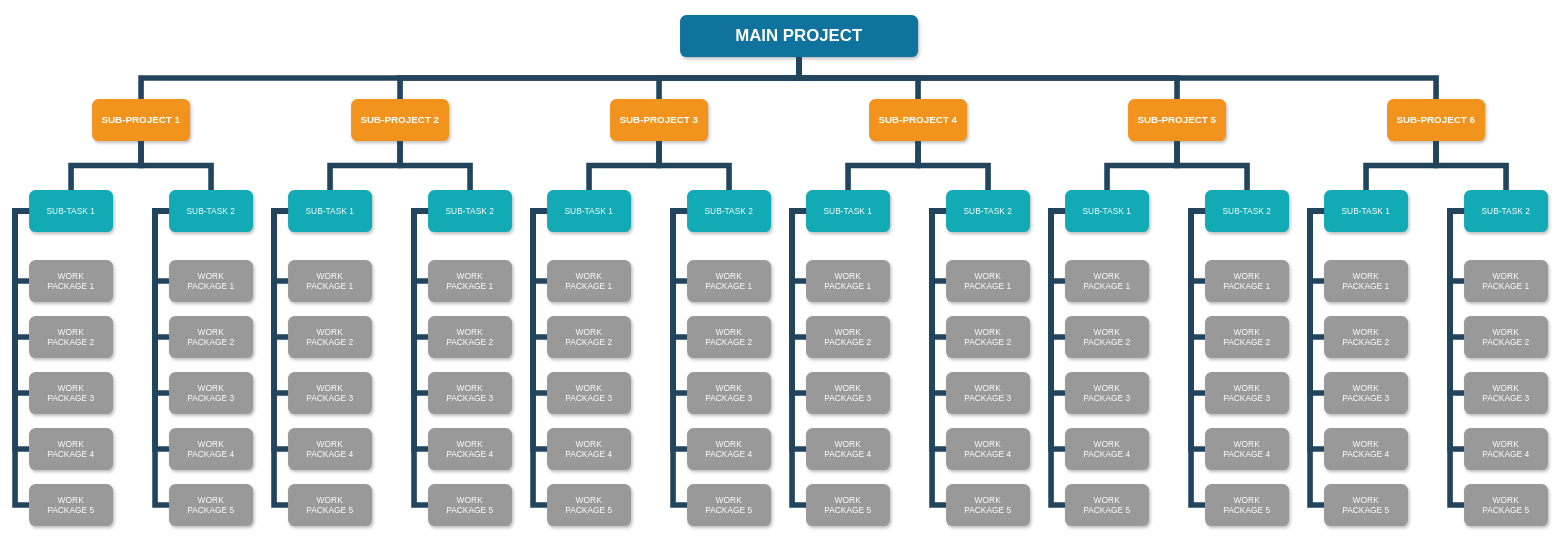
johnnyo25/ECE404 keeps this draw.io diagram as objective_tree_1.drawio. Above is the earlier version. Source tidied: cells renumbered, new cells numbered last; positions are measured from the earlier drawing's top-left corner, leaving out a move shared by most shapes. Both pictures are drawn from the tidied source at 70%, with x=0, y=0 at pixel (15, 15).
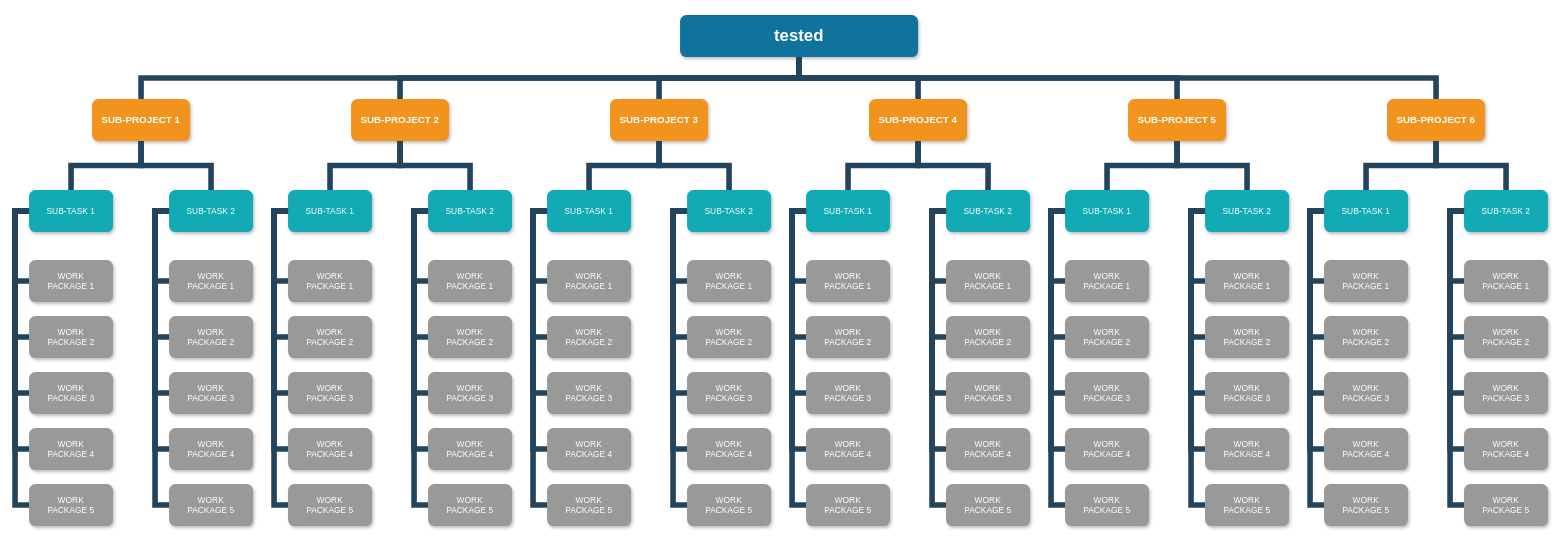
The same page after the edit.

Diff of the diagram source:
```diff
@@
-    <mxCell id="2" value="MAIN PROJECT" style="whiteSpace=wrap;rounded=1;shadow=1;fillColor=#10739E;strokeColor=none;fontColor=#FFFFFF;fontStyle=1;fontSize=24;" parent="1" vertex="1">
+    <mxCell id="2" value="tested" style="whiteSpace=wrap;rounded=1;shadow=1;fillColor=#10739E;strokeColor=none;fontColor=#FFFFFF;fontStyle=1;fontSize=24;" parent="1" vertex="1">
       <mxGeometry x="950" width="340" height="60" as="geometry" />
     </mxCell>
```
